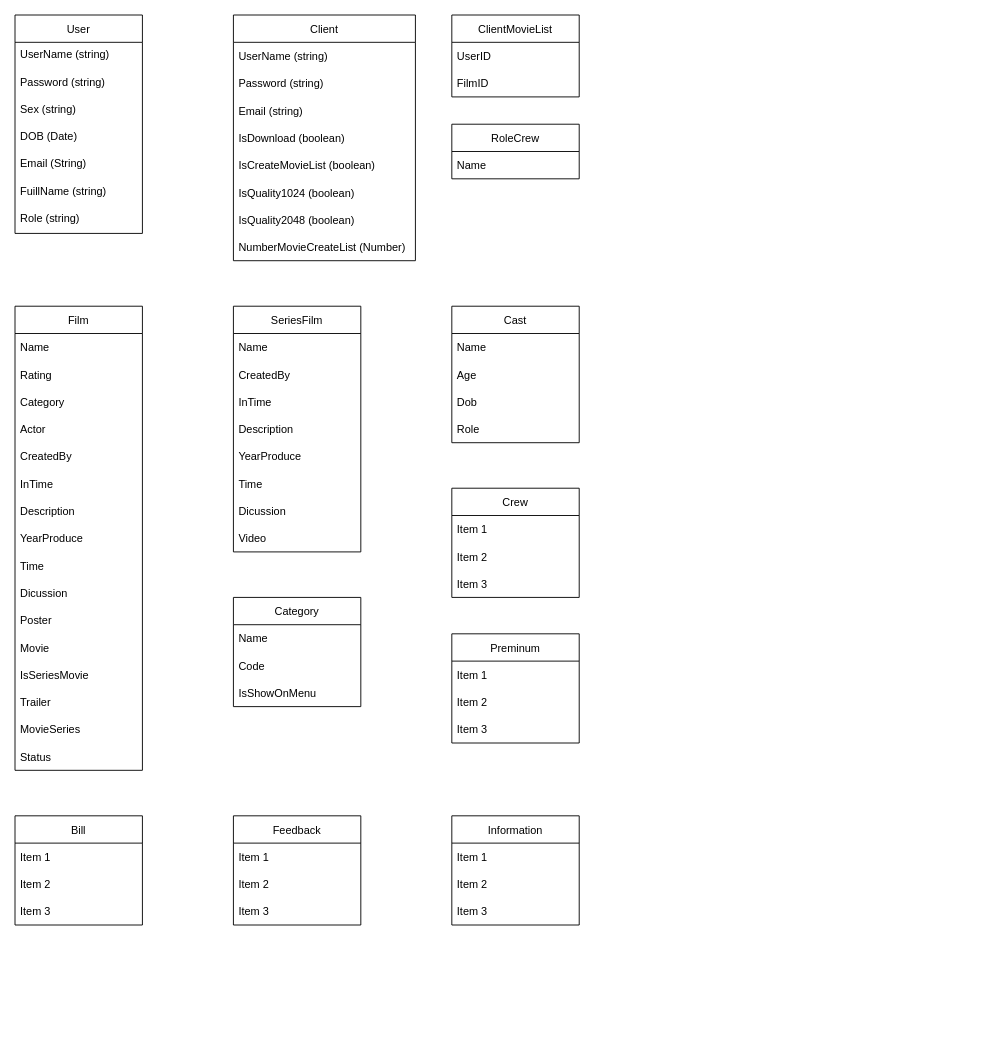
Above: database.drawio in KenDZz1012/LKShop-NgonNguKichBan (draw.io), before the change. Source tidied: cells renumbered, new cells numbered last; positions are measured from the earlier drawing's top-left corner, leaving out a move shared by most shapes. Both pictures are drawn from the tidied source at 91%, with x=0, y=0 at pixel (15, 15).
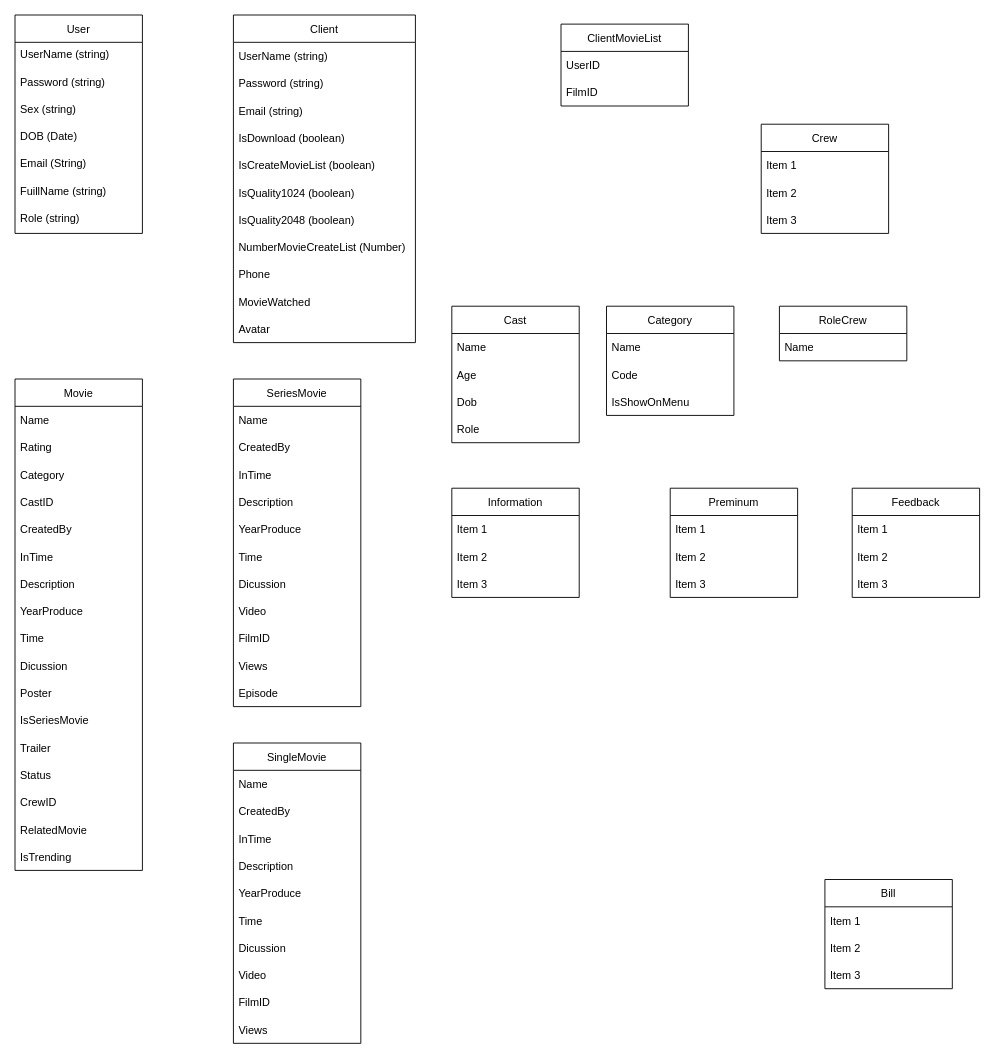
The same page after the edit.

What changed in the source:
```diff
@@
-    <mxCell id="10" value="Film" style="swimlane;fontStyle=0;horizontal=1;startSize=30;" parent="1" vertex="1">
-      <mxGeometry y="320" width="140" height="510" as="geometry" />
+    <mxCell id="10" value="Movie" style="swimlane;fontStyle=0;horizontal=1;startSize=30;" parent="1" vertex="1">
+      <mxGeometry y="400" width="140" height="540" as="geometry" />
     </mxCell>
@@
-    <mxCell id="14" value="Actor" style="text;strokeColor=none;fillColor=none;align=left;verticalAlign=middle;spacingLeft=4;spacingRight=4;overflow=hidden;" parent="10" vertex="1">
+    <mxCell id="14" value="CastID" style="text;strokeColor=none;fillColor=none;align=left;verticalAlign=middle;spacingLeft=4;spacingRight=4;overflow=hidden;" parent="10" vertex="1">
       <mxGeometry y="120" width="140" height="30" as="geometry" />
     </mxCell>
@@
-    <mxCell id="22" value="Movie" style="text;strokeColor=none;fillColor=none;align=left;verticalAlign=middle;spacingLeft=4;spacingRight=4;overflow=hidden;" parent="10" vertex="1">
-      <mxGeometry y="360" width="140" height="30" as="geometry" />
-    </mxCell>
     <mxCell id="23" value="IsSeriesMovie" style="text;strokeColor=none;fillColor=none;align=left;verticalAlign=middle;spacingLeft=4;spacingRight=4;overflow=hidden;" parent="10" vertex="1">
-      <mxGeometry y="390" width="140" height="30" as="geometry" />
+      <mxGeometry y="360" width="140" height="30" as="geometry" />
     </mxCell>
     <mxCell id="24" value="Trailer" style="text;strokeColor=none;fillColor=none;align=left;verticalAlign=middle;spacingLeft=4;spacingRight=4;overflow=hidden;" parent="10" vertex="1">
-      <mxGeometry y="420" width="140" height="30" as="geometry" />
+      <mxGeometry y="390" width="140" height="30" as="geometry" />
     </mxCell>
-    <mxCell id="25" value="MovieSeries" style="text;strokeColor=none;fillColor=none;align=left;verticalAlign=middle;spacingLeft=4;spacingRight=4;overflow=hidden;" parent="10" vertex="1">
-      <mxGeometry y="450" width="140" height="30" as="geometry" />
-    </mxCell>
     <mxCell id="26" value="Status" style="text;strokeColor=none;fillColor=none;align=left;verticalAlign=middle;spacingLeft=4;spacingRight=4;overflow=hidden;" parent="10" vertex="1">
-      <mxGeometry y="480" width="140" height="30" as="geometry" />
+      <mxGeometry y="420" width="140" height="30" as="geometry" />
     </mxCell>
+    <mxCell id="79" value="CrewID" style="text;strokeColor=none;fillColor=none;align=left;verticalAlign=middle;spacingLeft=4;spacingRight=4;overflow=hidden;" parent="10" vertex="1">
+      <mxGeometry y="450" width="140" height="30" as="geometry" />
+    </mxCell>
+    <mxCell id="80" value="RelatedMovie" style="text;strokeColor=none;fillColor=none;align=left;verticalAlign=middle;spacingLeft=4;spacingRight=4;overflow=hidden;" parent="10" vertex="1">
+      <mxGeometry y="480" width="140" height="30" as="geometry" />
+    </mxCell>
+    <mxCell id="81" value="IsTrending" style="text;strokeColor=none;fillColor=none;align=left;verticalAlign=middle;spacingLeft=4;spacingRight=4;overflow=hidden;" parent="10" vertex="1">
+      <mxGeometry y="510" width="140" height="30" as="geometry" />
+    </mxCell>
@@
     <mxCell id="32" value="Client" style="swimlane;fontStyle=0;horizontal=1;startSize=30;" parent="1" vertex="1">
-      <mxGeometry x="240" width="200" height="270" as="geometry" />
+      <mxGeometry x="240" width="200" height="360" as="geometry" />
     </mxCell>
@@
+    <mxCell id="82" value="Phone" style="text;strokeColor=none;fillColor=none;align=left;verticalAlign=middle;spacingLeft=4;spacingRight=4;overflow=hidden;" parent="32" vertex="1">
+      <mxGeometry y="270" width="200" height="30" as="geometry" />
+    </mxCell>
+    <mxCell id="83" value="MovieWatched" style="text;strokeColor=none;fillColor=none;align=left;verticalAlign=middle;spacingLeft=4;spacingRight=4;overflow=hidden;" parent="32" vertex="1">
+      <mxGeometry y="300" width="200" height="30" as="geometry" />
+    </mxCell>
+    <mxCell id="84" value="Avatar" style="text;strokeColor=none;fillColor=none;align=left;verticalAlign=middle;spacingLeft=4;spacingRight=4;overflow=hidden;" parent="32" vertex="1">
+      <mxGeometry y="330" width="200" height="30" as="geometry" />
+    </mxCell>
     <mxCell id="41" value="Category" style="swimlane;fontStyle=0;horizontal=1;startSize=30;" parent="1" vertex="1">
-      <mxGeometry x="240" y="640" width="140" height="120" as="geometry" />
+      <mxGeometry x="650" y="320" width="140" height="120" as="geometry" />
     </mxCell>
@@
     <mxCell id="45" value="ClientMovieList" style="swimlane;fontStyle=0;horizontal=1;startSize=30;" parent="1" vertex="1">
-      <mxGeometry x="480" width="140" height="90" as="geometry" />
+      <mxGeometry x="600" y="10" width="140" height="90" as="geometry" />
     </mxCell>
@@
     <mxCell id="48" value="Preminum" style="swimlane;fontStyle=0;horizontal=1;startSize=30;" parent="1" vertex="1">
-      <mxGeometry x="480" y="680" width="140" height="120" as="geometry" />
+      <mxGeometry x="720" y="520" width="140" height="120" as="geometry" />
     </mxCell>
@@
     <mxCell id="52" value="Bill" style="swimlane;fontStyle=0;horizontal=1;startSize=30;" parent="1" vertex="1">
-      <mxGeometry y="880" width="140" height="120" as="geometry" />
+      <mxGeometry x="890" y="950" width="140" height="120" as="geometry" />
     </mxCell>
@@
     <mxCell id="56" value="Feedback" style="swimlane;fontStyle=0;horizontal=1;startSize=30;" parent="1" vertex="1">
-      <mxGeometry x="240" y="880" width="140" height="120" as="geometry" />
+      <mxGeometry x="920" y="520" width="140" height="120" as="geometry" />
     </mxCell>
@@
     <mxCell id="60" value="Crew" style="swimlane;fontStyle=0;horizontal=1;startSize=30;" parent="1" vertex="1">
-      <mxGeometry x="480" y="520" width="140" height="120" as="geometry" />
+      <mxGeometry x="820" y="120" width="140" height="120" as="geometry" />
     </mxCell>
@@
-    <mxCell id="64" value="SeriesFilm" style="swimlane;fontStyle=0;horizontal=1;startSize=30;" parent="1" vertex="1">
-      <mxGeometry x="240" y="320" width="140" height="270" as="geometry" />
+    <mxCell id="64" value="SeriesMovie" style="swimlane;fontStyle=0;horizontal=1;startSize=30;" parent="1" vertex="1">
+      <mxGeometry x="240" y="400" width="140" height="360" as="geometry" />
     </mxCell>
@@
+    <mxCell id="85" value="FilmID" style="text;strokeColor=none;fillColor=none;align=left;verticalAlign=middle;spacingLeft=4;spacingRight=4;overflow=hidden;" parent="64" vertex="1">
+      <mxGeometry y="270" width="140" height="30" as="geometry" />
+    </mxCell>
+    <mxCell id="86" value="Views" style="text;strokeColor=none;fillColor=none;align=left;verticalAlign=middle;spacingLeft=4;spacingRight=4;overflow=hidden;" parent="64" vertex="1">
+      <mxGeometry y="300" width="140" height="30" as="geometry" />
+    </mxCell>
+    <mxCell id="87" value="Episode" style="text;strokeColor=none;fillColor=none;align=left;verticalAlign=middle;spacingLeft=4;spacingRight=4;overflow=hidden;" parent="64" vertex="1">
+      <mxGeometry y="330" width="140" height="30" as="geometry" />
+    </mxCell>
     <mxCell id="73" value="Information" style="swimlane;fontStyle=0;horizontal=1;startSize=30;" parent="1" vertex="1">
-      <mxGeometry x="480" y="880" width="140" height="120" as="geometry" />
+      <mxGeometry x="480" y="520" width="140" height="120" as="geometry" />
     </mxCell>
@@
     <mxCell id="77" value="RoleCrew" style="swimlane;fontStyle=0;horizontal=1;startSize=30;" parent="1" vertex="1">
-      <mxGeometry x="480" y="120" width="140" height="60" as="geometry" />
+      <mxGeometry x="840" y="320" width="140" height="60" as="geometry" />
     </mxCell>
@@
+    <mxCell id="88" value="SingleMovie" style="swimlane;fontStyle=0;horizontal=1;startSize=30;" parent="1" vertex="1">
+      <mxGeometry x="240" y="800" width="140" height="330" as="geometry" />
+    </mxCell>
+    <mxCell id="89" value="Name" style="text;strokeColor=none;fillColor=none;align=left;verticalAlign=middle;spacingLeft=4;spacingRight=4;overflow=hidden;" parent="88" vertex="1">
+      <mxGeometry y="30" width="140" height="30" as="geometry" />
+    </mxCell>
+    <mxCell id="90" value="CreatedBy" style="text;strokeColor=none;fillColor=none;align=left;verticalAlign=middle;spacingLeft=4;spacingRight=4;overflow=hidden;" parent="88" vertex="1">
+      <mxGeometry y="60" width="140" height="30" as="geometry" />
+    </mxCell>
+    <mxCell id="91" value="InTime" style="text;strokeColor=none;fillColor=none;align=left;verticalAlign=middle;spacingLeft=4;spacingRight=4;overflow=hidden;" parent="88" vertex="1">
+      <mxGeometry y="90" width="140" height="30" as="geometry" />
+    </mxCell>
+    <mxCell id="92" value="Description" style="text;strokeColor=none;fillColor=none;align=left;verticalAlign=middle;spacingLeft=4;spacingRight=4;overflow=hidden;" parent="88" vertex="1">
+      <mxGeometry y="120" width="140" height="30" as="geometry" />
+    </mxCell>
+    <mxCell id="93" value="YearProduce" style="text;strokeColor=none;fillColor=none;align=left;verticalAlign=middle;spacingLeft=4;spacingRight=4;overflow=hidden;" parent="88" vertex="1">
+      <mxGeometry y="150" width="140" height="30" as="geometry" />
+    </mxCell>
+    <mxCell id="94" value="Time" style="text;strokeColor=none;fillColor=none;align=left;verticalAlign=middle;spacingLeft=4;spacingRight=4;overflow=hidden;" parent="88" vertex="1">
+      <mxGeometry y="180" width="140" height="30" as="geometry" />
+    </mxCell>
+    <mxCell id="95" value="Dicussion" style="text;strokeColor=none;fillColor=none;align=left;verticalAlign=middle;spacingLeft=4;spacingRight=4;overflow=hidden;" parent="88" vertex="1">
+      <mxGeometry y="210" width="140" height="30" as="geometry" />
+    </mxCell>
+    <mxCell id="96" value="Video" style="text;strokeColor=none;fillColor=none;align=left;verticalAlign=middle;spacingLeft=4;spacingRight=4;overflow=hidden;" parent="88" vertex="1">
+      <mxGeometry y="240" width="140" height="30" as="geometry" />
+    </mxCell>
+    <mxCell id="97" value="FilmID" style="text;strokeColor=none;fillColor=none;align=left;verticalAlign=middle;spacingLeft=4;spacingRight=4;overflow=hidden;" parent="88" vertex="1">
+      <mxGeometry y="270" width="140" height="30" as="geometry" />
+    </mxCell>
+    <mxCell id="98" value="Views" style="text;strokeColor=none;fillColor=none;align=left;verticalAlign=middle;spacingLeft=4;spacingRight=4;overflow=hidden;" parent="88" vertex="1">
+      <mxGeometry y="300" width="140" height="30" as="geometry" />
+    </mxCell>
```
